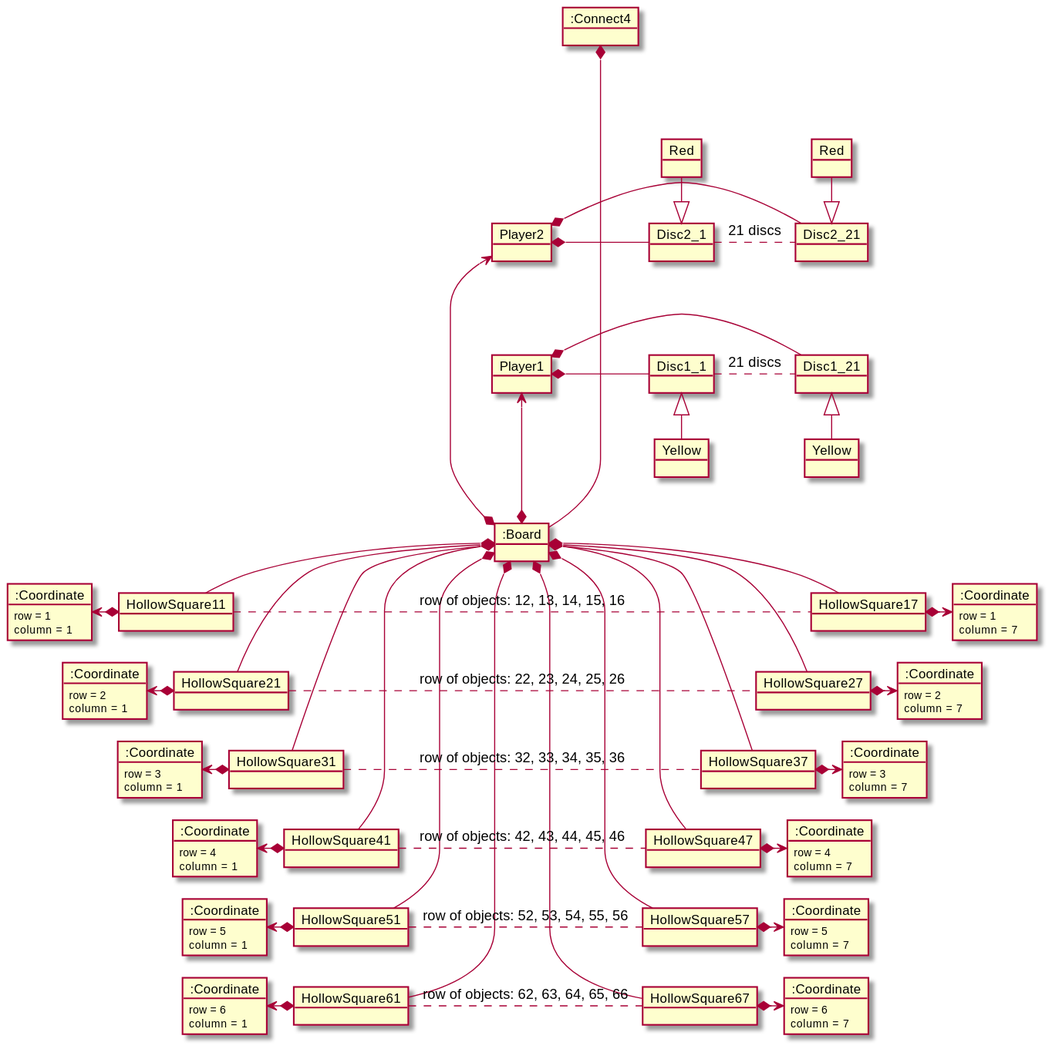
Before: tech-uml/game-connect4/diagrams/out/initialState.svg, a diagram exported from PlantUML (USantaTecla-ed-mpds/lab-dijkstra).
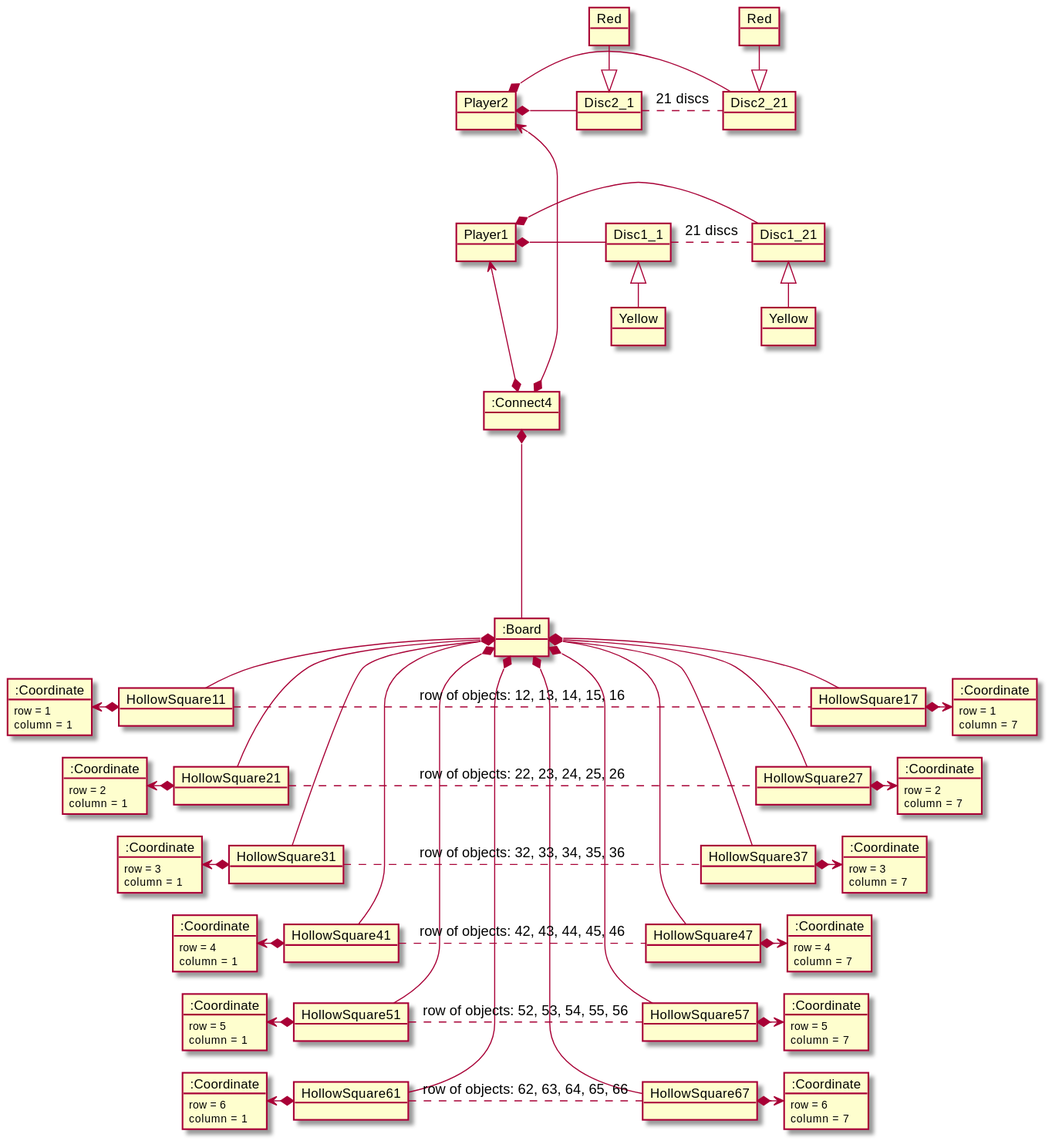
The same file after the commit.

The edit, as a diff of the source:
```diff
@@ -169,8 +169,8 @@
   object Player2
 }
 
-Board *--up-> Player1
-Board *-up-> Player2
+Connect4 *--up-> Player1
+Connect4 *-up-> Player2
 
 Player1 ---[hidden]up> Player2
 
```
